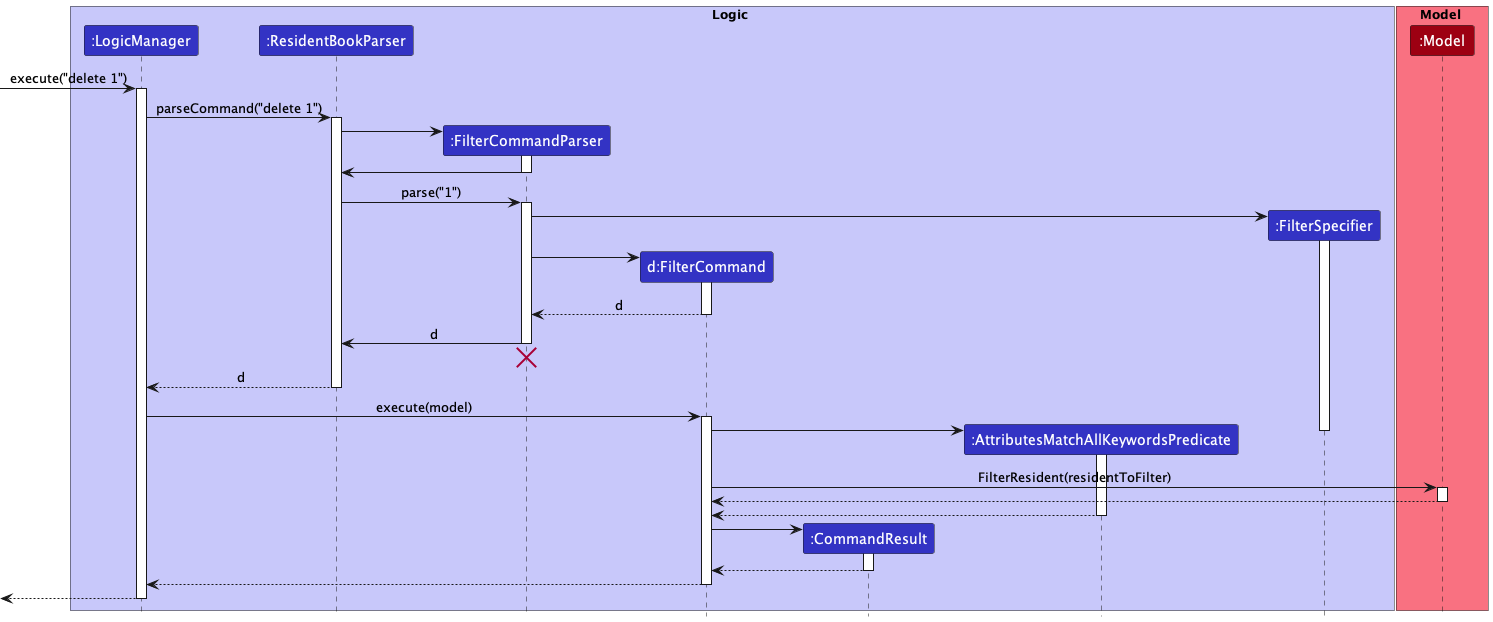
nus-cs2103-AY2223S1/tp keeps this PlantUML diagram as docs/images/FilterCommandSequenceDiagram.png. Above is the earlier version.
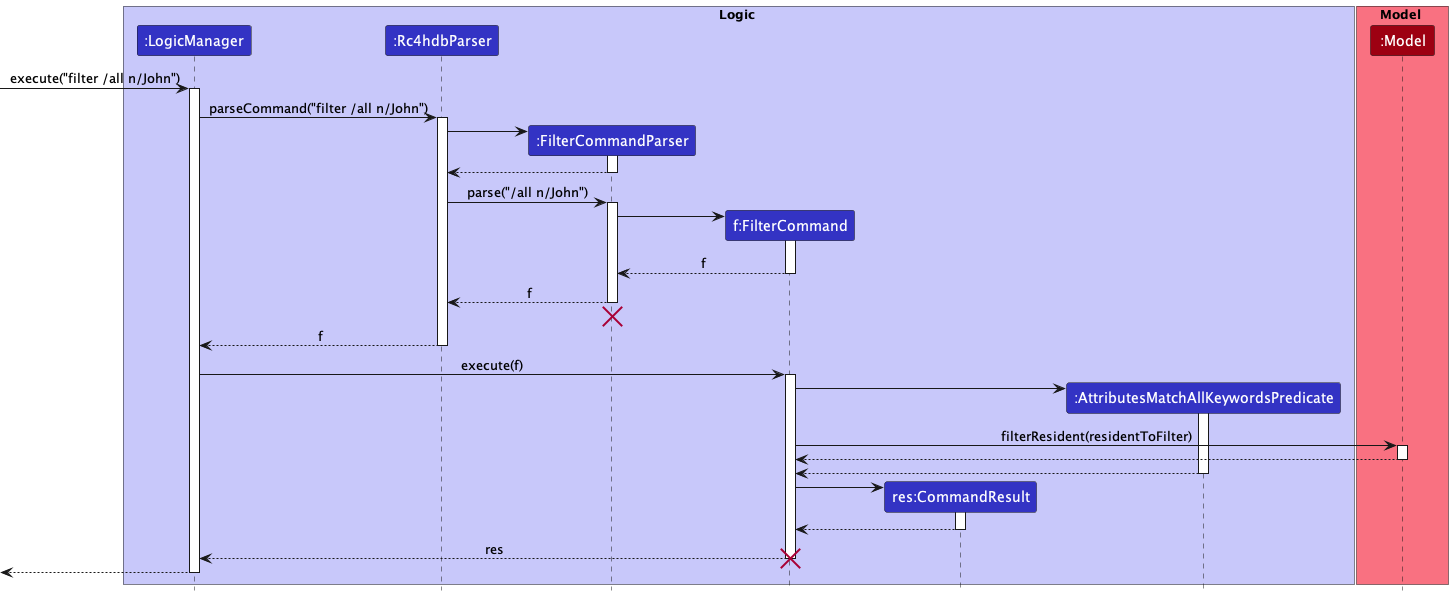
The same file after the commit.

Commit message:
Make changes to filter sequece diagram

What changed in the source:
```diff
@@ -3,61 +3,54 @@
 
 box Logic LOGIC_COLOR_T1
 participant ":LogicManager" as LogicManager LOGIC_COLOR
-participant ":ResidentBookParser" as ResidentBookParser LOGIC_COLOR
+participant ":Rc4hdbParser" as Rc4hdbParser LOGIC_COLOR
 participant ":FilterCommandParser" as FilterCommandParser LOGIC_COLOR
-participant "d:FilterCommand" as FilterCommand LOGIC_COLOR
-participant ":CommandResult" as CommandResult LOGIC_COLOR
+participant "f:FilterCommand" as FilterCommand LOGIC_COLOR
+participant "res:CommandResult" as CommandResult LOGIC_COLOR
 participant ":AttributesMatchAllKeywordsPredicate" as AttributesMatchAllKeywordsPredicate LOGIC_COLOR
-participant ":FilterSpecifier" as FilterSpecifier LOGIC_COLOR
 end box
 
 box Model MODEL_COLOR_T1
 participant ":Model" as Model MODEL_COLOR
 end box
 
-[-> LogicManager : execute("delete 1")
+[-> LogicManager : execute("filter /all n/John")
 activate LogicManager
 
-LogicManager -> ResidentBookParser : parseCommand("delete 1")
-activate ResidentBookParser
+LogicManager -> Rc4hdbParser : parseCommand("filter /all n/John")
+activate Rc4hdbParser
 
 create FilterCommandParser
-ResidentBookParser -> FilterCommandParser
+Rc4hdbParser -> FilterCommandParser
 activate FilterCommandParser
 
-FilterCommandParser -> ResidentBookParser
+FilterCommandParser --> Rc4hdbParser
 deactivate FilterCommandParser
 
-ResidentBookParser -> FilterCommandParser : parse("1")
+Rc4hdbParser -> FilterCommandParser : parse("/all n/John")
 activate FilterCommandParser
-create FilterSpecifier
-FilterCommandParser -> FilterSpecifier
-activate FilterSpecifier
 create FilterCommand
 FilterCommandParser -> FilterCommand
 activate FilterCommand
 
-FilterCommand --> FilterCommandParser : d
+FilterCommand --> FilterCommandParser : f
 deactivate FilterCommand
 
-FilterCommandParser -> ResidentBookParser : d
+FilterCommandParser --> Rc4hdbParser : f
 deactivate FilterCommandParser
-FilterCommandParser -[hidden]-> ResidentBookParser
+FilterCommandParser -[hidden]-> Rc4hdbParser
 destroy FilterCommandParser
 
-ResidentBookParser --> LogicManager : d
-deactivate ResidentBookParser
-LogicManager -> FilterCommand : execute(model)
+Rc4hdbParser --> LogicManager : f
+deactivate Rc4hdbParser
+LogicManager -> FilterCommand : execute(f)
 activate FilterCommand
 
 create AttributesMatchAllKeywordsPredicate
 FilterCommand -> AttributesMatchAllKeywordsPredicate
 activate AttributesMatchAllKeywordsPredicate
 
-
-deactivate FilterSpecifier
-
-FilterCommand -> Model : FilterResident(residentToFilter)
+FilterCommand -> Model : filterResident(residentToFilter)
 activate Model
 Model --> FilterCommand
 deactivate Model
@@ -72,8 +65,9 @@
 CommandResult --> FilterCommand
 deactivate CommandResult
 
-FilterCommand --> LogicManager
+FilterCommand --> LogicManager : res
 deactivate FilterCommand
+destroy FilterCommand
 
 [<--LogicManager
 deactivate LogicManager
```
